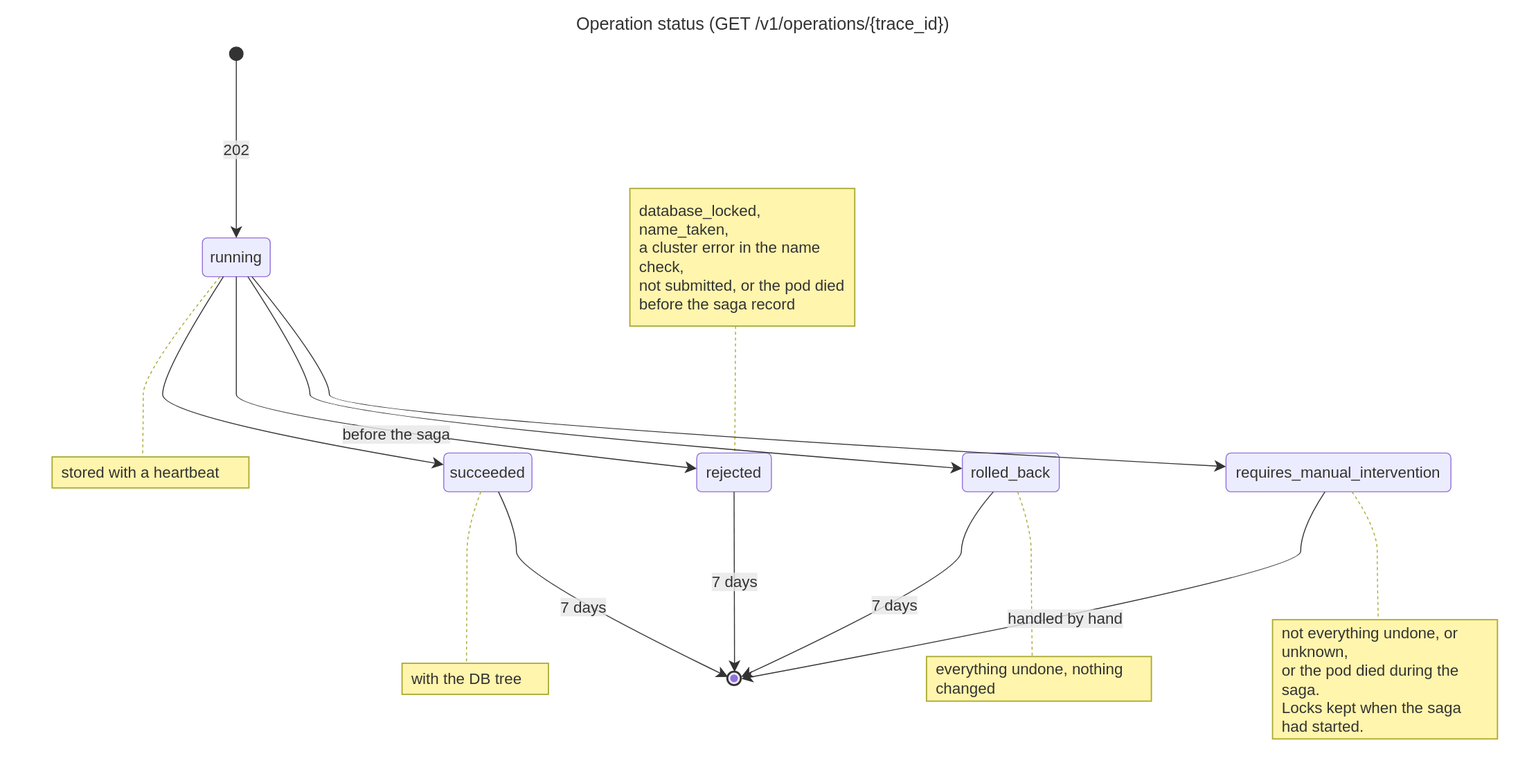
Above: docs/diagrams/16-state-operation.drawio.svg in EliShteinman/redis-enterprise-services (draw.io), before the change. Source tidied: cells renumbered, new cells last; positions are measured from the earlier drawing's top-left corner, leaving out a move shared by most shapes.
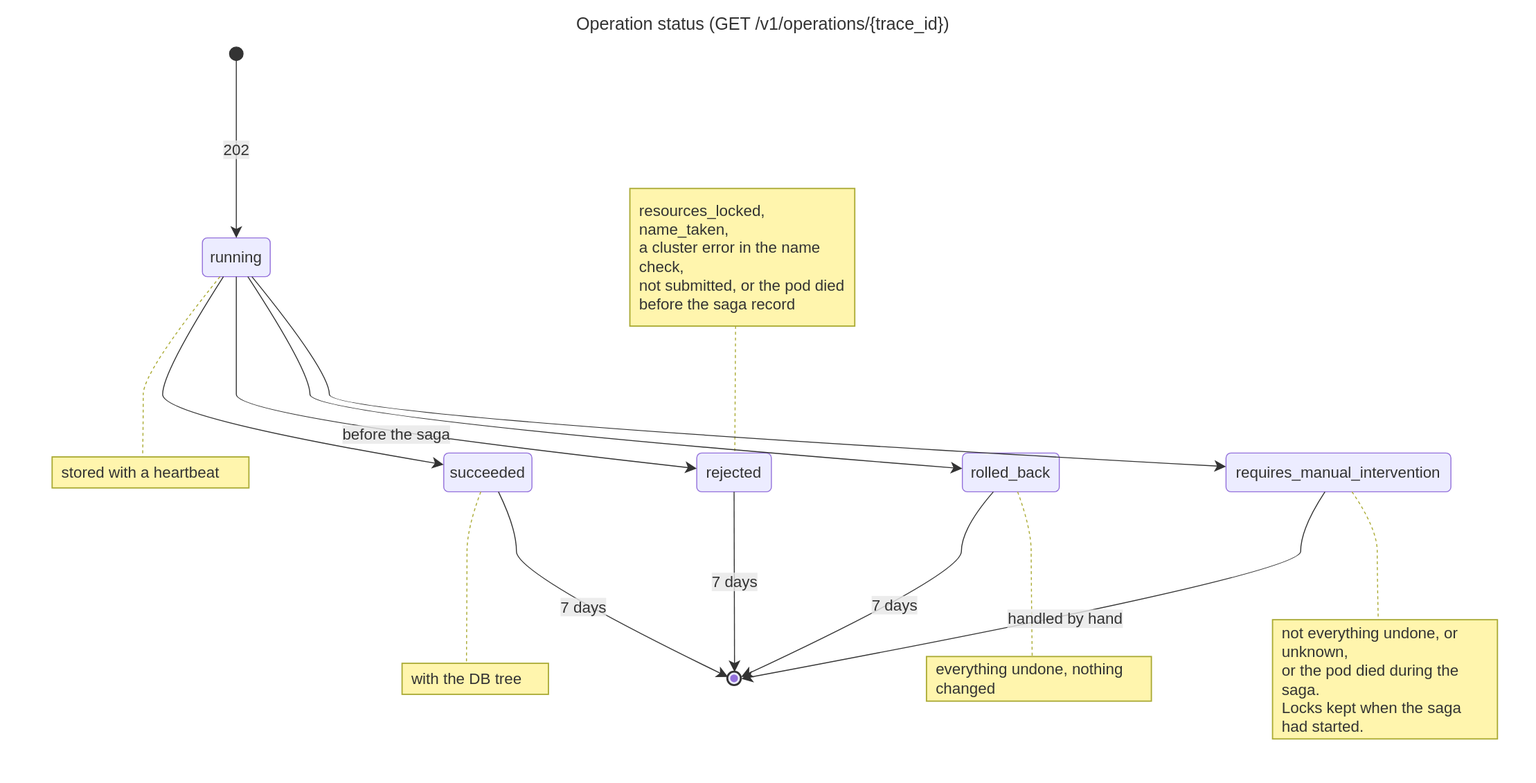
The same diagram one commit later.

Commit message:
refactor(api-contract): public codes resources_locked (was database_locked) and cluster_operation_failed (was step_rejected)

What changed in the source:
```diff
@@ -25,7 +25,7 @@
     <mxCell id="7" style="rounded=0;whiteSpace=wrap;html=1;fillColor=none;strokeColor=none;fontColor=light-dark(#333333,#cccccc);fontFamily=Trebuchet MS,Verdana,Arial,sans-serif;fontSize=16;" parent="1" vertex="1">
       <mxGeometry x="604" y="149" width="286" height="373" as="geometry" />
     </mxCell>
-    <mxCell id="8" value="database_locked, name_taken,&lt;br&gt;a cluster error in the name check,&lt;br&gt;not submitted, or the pod died&lt;br&gt;before the saga record" style="rounded=0;whiteSpace=wrap;html=1;align=left;spacingLeft=8;spacingRight=8;fillColor=light-dark(#fff5ad,#2a2a2a);strokeColor=light-dark(#aaaa33,#cccccc);strokeWidth=1.3;fontColor=light-dark(#333333,#cccccc);fontFamily=Trebuchet MS,Verdana,Arial,sans-serif;fontSize=16;" parent="7" vertex="1">
+    <mxCell id="8" value="resources_locked, name_taken,&lt;br&gt;a cluster error in the name check,&lt;br&gt;not submitted, or the pod died&lt;br&gt;before the saga record" style="rounded=0;whiteSpace=wrap;html=1;align=left;spacingLeft=8;spacingRight=8;fillColor=light-dark(#fff5ad,#2a2a2a);strokeColor=light-dark(#aaaa33,#cccccc);strokeWidth=1.3;fontColor=light-dark(#333333,#cccccc);fontFamily=Trebuchet MS,Verdana,Arial,sans-serif;fontSize=16;" parent="7" vertex="1">
       <mxGeometry x="35" y="35" width="232" height="142" as="geometry" />
     </mxCell>
     <mxCell id="9" value="rejected" style="rounded=1;absoluteArcSize=1;arcSize=10;html=1;whiteSpace=wrap;strokeWidth=1;fillColor=light-dark(#ECECFF,#1f2020);strokeColor=light-dark(#9370DB,#cccccc);fontColor=light-dark(#333333,#cccccc);fontFamily=Trebuchet MS,Verdana,Arial,sans-serif;fontSize=16;" parent="7" vertex="1">
```
